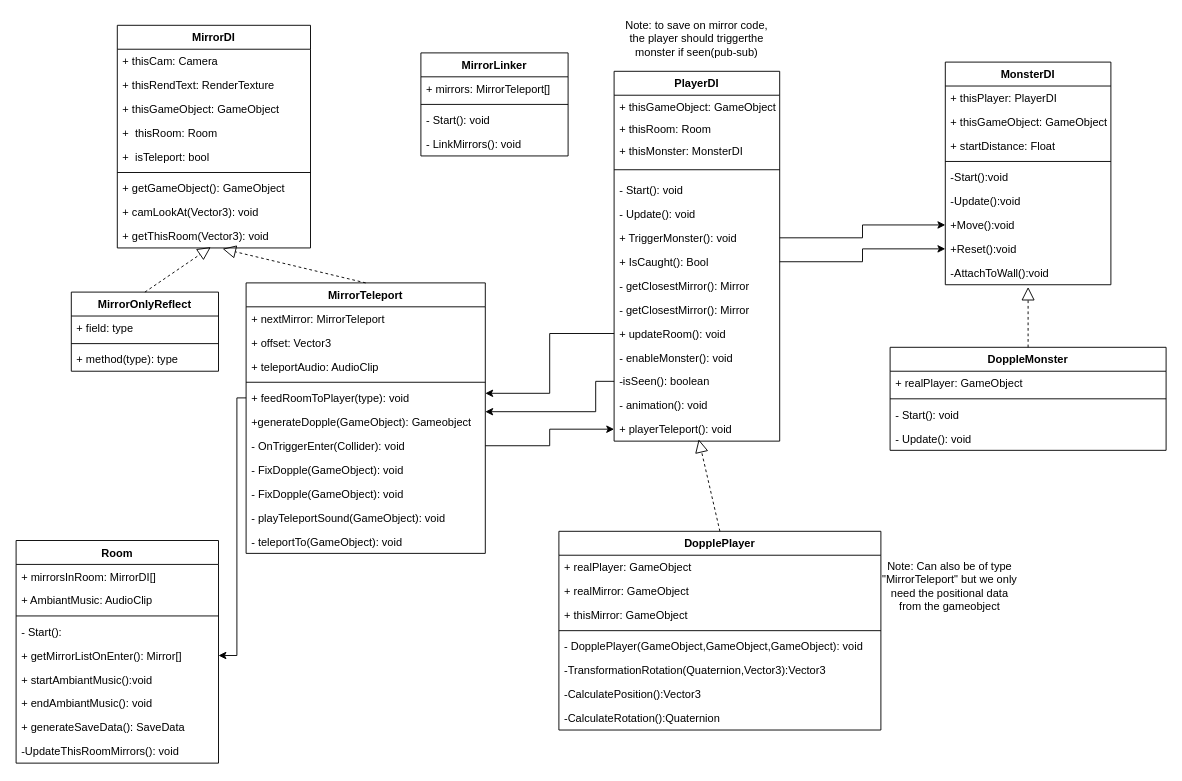
Above: mirrorClasses.drawio in birdboiboi/No_Longer_Human (draw.io), before the change. Source tidied: cells renumbered, new cells numbered last; positions are measured from the earlier drawing's top-left corner, leaving out a move shared by most shapes. Both pictures are drawn from the tidied source at 92%, with x=0, y=0 at pixel (16, 16).
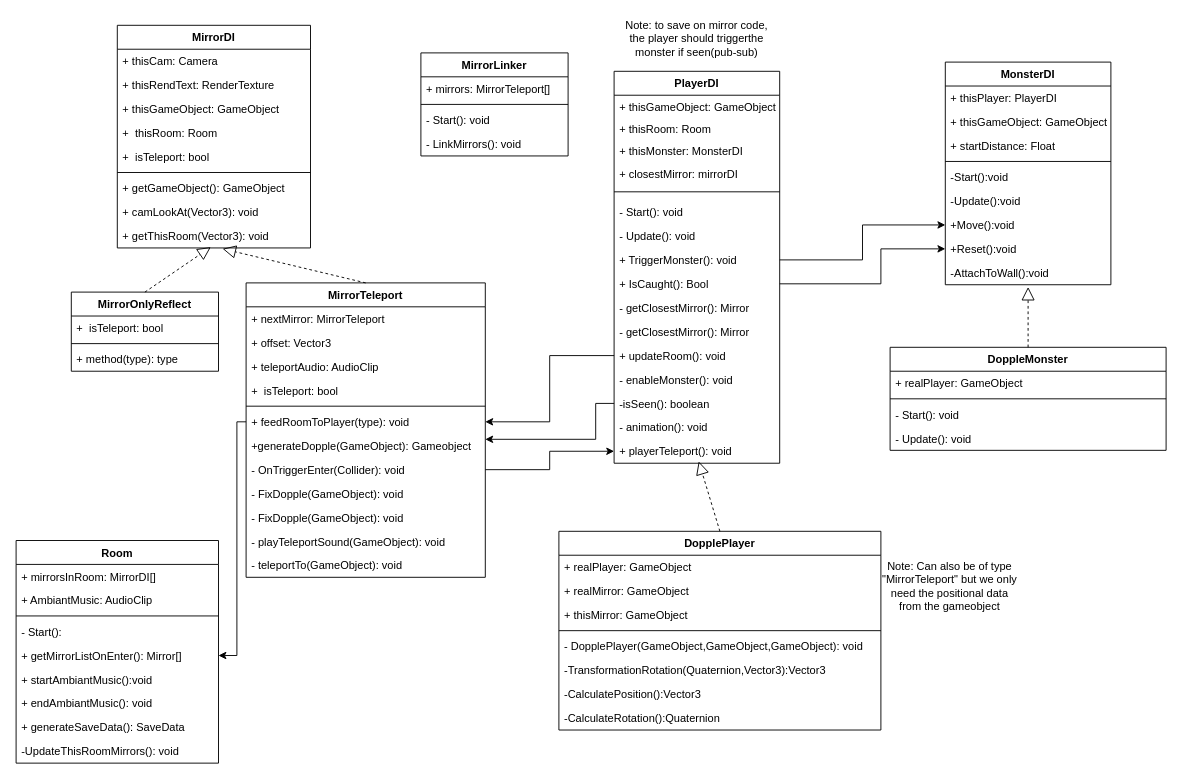
Above is the later version.

Commit message:
changedlines and isTeleport bool in mirrors,,also added closestMirror

The change refers to these unchanged cells:
```xml
<mxCell id="34" value="+ getMirrorListOnEnter(): Mirror[]" style="text;strokeColor=none;fillColor=none;align=left;verticalAlign=top;spacingLeft=4;spacingRight=4;overflow=hidden;points=[[0,0.5],[1,0.5]];portConstraint=eastwest;" parent="29" vertex="1">
  <mxGeometry y="112" width="220" height="26" as="geometry" />
</mxCell>
<mxCell id="64" value="+Reset():void" style="text;strokeColor=none;fillColor=none;align=left;verticalAlign=top;spacingLeft=4;spacingRight=4;overflow=hidden;points=[[0,0.5],[1,0.5]];portConstraint=eastwest;" parent="56" vertex="1">
  <mxGeometry y="190" width="180" height="26" as="geometry" />
</mxCell>
<mxCell id="66" value="MirrorOnlyReflect" style="swimlane;fontStyle=1;align=center;verticalAlign=top;horizontal=1;startSize=26;" parent="1" vertex="1">
  <mxGeometry x="60" y="300" width="160" height="86" as="geometry" />
</mxCell>
```

What changed in the source:
```diff
@@
     <mxCell id="12" value="PlayerDI" style="swimlane;fontStyle=1;align=center;verticalAlign=top;horizontal=1;startSize=26;" parent="1" vertex="1">
-      <mxGeometry x="650" y="60" width="180" height="402" as="geometry" />
+      <mxGeometry x="650" y="60" width="180" height="426" as="geometry" />
     </mxCell>
@@
+    <mxCell id="95" value="+ closestMirror: mirrorDI" style="text;strokeColor=none;fillColor=none;align=left;verticalAlign=top;spacingLeft=4;spacingRight=4;overflow=hidden;" parent="12" vertex="1">
+      <mxGeometry y="98" width="180" height="24" as="geometry" />
+    </mxCell>
     <mxCell id="16" style="line;strokeWidth=1;fillColor=none;align=left;verticalAlign=middle;spacingTop=-1;spacingLeft=3;spacingRight=3;labelPosition=right;" parent="12" vertex="1">
-      <mxGeometry y="98" width="180" height="18" as="geometry" />
+      <mxGeometry y="122" width="180" height="18" as="geometry" />
     </mxCell>
     <mxCell id="17" value="- Start(): void" style="text;strokeColor=none;fillColor=none;align=left;verticalAlign=top;spacingLeft=4;spacingRight=4;overflow=hidden;" parent="12" vertex="1">
-      <mxGeometry y="116" width="180" height="26" as="geometry" />
+      <mxGeometry y="140" width="180" height="26" as="geometry" />
     </mxCell>
     <mxCell id="18" value="- Update(): void" style="text;strokeColor=none;fillColor=none;align=left;verticalAlign=top;spacingLeft=4;spacingRight=4;overflow=hidden;" parent="12" vertex="1">
-      <mxGeometry y="142" width="180" height="26" as="geometry" />
+      <mxGeometry y="166" width="180" height="26" as="geometry" />
     </mxCell>
     <mxCell id="19" value="+ TriggerMonster(): void" style="text;strokeColor=none;fillColor=none;align=left;verticalAlign=top;spacingLeft=4;spacingRight=4;overflow=hidden;points=[[0,0.5],[1,0.5]];portConstraint=eastwest;" parent="12" vertex="1">
-      <mxGeometry y="168" width="180" height="26" as="geometry" />
+      <mxGeometry y="192" width="180" height="26" as="geometry" />
     </mxCell>
     <mxCell id="20" value="+ IsCaught(): Bool" style="text;strokeColor=none;fillColor=none;align=left;verticalAlign=top;spacingLeft=4;spacingRight=4;overflow=hidden;points=[[0,0.5],[1,0.5]];portConstraint=eastwest;" parent="12" vertex="1">
-      <mxGeometry y="194" width="180" height="26" as="geometry" />
+      <mxGeometry y="218" width="180" height="26" as="geometry" />
     </mxCell>
     <mxCell id="21" value="- getClosestMirror(): Mirror" style="text;strokeColor=none;fillColor=none;align=left;verticalAlign=top;spacingLeft=4;spacingRight=4;overflow=hidden;" parent="12" vertex="1">
-      <mxGeometry y="220" width="180" height="26" as="geometry" />
+      <mxGeometry y="244" width="180" height="26" as="geometry" />
     </mxCell>
     <mxCell id="22" value="- getClosestMirror(): Mirror" style="text;strokeColor=none;fillColor=none;align=left;verticalAlign=top;spacingLeft=4;spacingRight=4;overflow=hidden;" parent="12" vertex="1">
-      <mxGeometry y="246" width="180" height="26" as="geometry" />
+      <mxGeometry y="270" width="180" height="26" as="geometry" />
     </mxCell>
     <mxCell id="23" value="+ updateRoom(): void" style="text;strokeColor=none;fillColor=none;align=left;verticalAlign=top;spacingLeft=4;spacingRight=4;overflow=hidden;points=[[0,0.5],[1,0.5]];portConstraint=eastwest;" parent="12" vertex="1">
-      <mxGeometry y="272" width="180" height="26" as="geometry" />
+      <mxGeometry y="296" width="180" height="26" as="geometry" />
     </mxCell>
     <mxCell id="24" value="- enableMonster(): void" style="text;strokeColor=none;fillColor=none;align=left;verticalAlign=top;spacingLeft=4;spacingRight=4;overflow=hidden;" parent="12" vertex="1">
-      <mxGeometry y="298" width="180" height="26" as="geometry" />
+      <mxGeometry y="322" width="180" height="26" as="geometry" />
     </mxCell>
     <mxCell id="25" value="-isSeen(): boolean" style="text;strokeColor=none;fillColor=none;align=left;verticalAlign=top;spacingLeft=4;spacingRight=4;overflow=hidden;points=[[0,0.5],[1,0.5]];portConstraint=eastwest;" parent="12" vertex="1">
-      <mxGeometry y="324" width="180" height="26" as="geometry" />
+      <mxGeometry y="348" width="180" height="26" as="geometry" />
     </mxCell>
     <mxCell id="26" value="- animation(): void" style="text;strokeColor=none;fillColor=none;align=left;verticalAlign=top;spacingLeft=4;spacingRight=4;overflow=hidden;" parent="12" vertex="1">
-      <mxGeometry y="350" width="180" height="26" as="geometry" />
+      <mxGeometry y="374" width="180" height="26" as="geometry" />
     </mxCell>
     <mxCell id="27" value="+ playerTeleport(): void" style="text;strokeColor=none;fillColor=none;align=left;verticalAlign=top;spacingLeft=4;spacingRight=4;overflow=hidden;points=[[0,0.5],[1,0.5]];portConstraint=eastwest;" parent="12" vertex="1">
-      <mxGeometry y="376" width="180" height="26" as="geometry" />
+      <mxGeometry y="400" width="180" height="26" as="geometry" />
     </mxCell>
@@
     <mxCell id="39" value="MirrorTeleport" style="swimlane;fontStyle=1;align=center;verticalAlign=top;horizontal=1;startSize=26;" parent="1" vertex="1">
-      <mxGeometry x="250" y="290" width="260" height="294" as="geometry" />
+      <mxGeometry x="250" y="290" width="260" height="320" as="geometry" />
     </mxCell>
@@
+    <mxCell id="96" value="+  isTeleport: bool&#10;" style="text;strokeColor=none;fillColor=none;align=left;verticalAlign=top;spacingLeft=4;spacingRight=4;overflow=hidden;" parent="39" vertex="1">
+      <mxGeometry y="104" width="260" height="26" as="geometry" />
+    </mxCell>
     <mxCell id="43" style="line;strokeWidth=1;fillColor=none;align=left;verticalAlign=middle;spacingTop=-1;spacingLeft=3;spacingRight=3;labelPosition=right;" parent="39" vertex="1">
-      <mxGeometry y="104" width="260" height="8" as="geometry" />
+      <mxGeometry y="130" width="260" height="8" as="geometry" />
     </mxCell>
     <mxCell id="44" value="+ feedRoomToPlayer(type): void" style="text;strokeColor=none;fillColor=none;align=left;verticalAlign=top;spacingLeft=4;spacingRight=4;overflow=hidden;points=[[0,0.5],[1,0.5]];portConstraint=eastwest;" parent="39" vertex="1">
-      <mxGeometry y="112" width="260" height="26" as="geometry" />
+      <mxGeometry y="138" width="260" height="26" as="geometry" />
     </mxCell>
     <mxCell id="45" value="+generateDopple(GameObject): Gameobject" style="text;strokeColor=none;fillColor=none;align=left;verticalAlign=top;spacingLeft=4;spacingRight=4;overflow=hidden;" parent="39" vertex="1">
-      <mxGeometry y="138" width="260" height="26" as="geometry" />
+      <mxGeometry y="164" width="260" height="26" as="geometry" />
     </mxCell>
     <mxCell id="46" value="- OnTriggerEnter(Collider): void" style="text;strokeColor=none;fillColor=none;align=left;verticalAlign=top;spacingLeft=4;spacingRight=4;overflow=hidden;points=[[0,0.5],[1,0.5]];portConstraint=eastwest;" parent="39" vertex="1">
-      <mxGeometry y="164" width="260" height="26" as="geometry" />
+      <mxGeometry y="190" width="260" height="26" as="geometry" />
     </mxCell>
     <mxCell id="47" value="- FixDopple(GameObject): void" style="text;strokeColor=none;fillColor=none;align=left;verticalAlign=top;spacingLeft=4;spacingRight=4;overflow=hidden;" parent="39" vertex="1">
-      <mxGeometry y="190" width="260" height="26" as="geometry" />
+      <mxGeometry y="216" width="260" height="26" as="geometry" />
     </mxCell>
     <mxCell id="48" value="- FixDopple(GameObject): void" style="text;strokeColor=none;fillColor=none;align=left;verticalAlign=top;spacingLeft=4;spacingRight=4;overflow=hidden;" parent="39" vertex="1">
-      <mxGeometry y="216" width="260" height="26" as="geometry" />
+      <mxGeometry y="242" width="260" height="26" as="geometry" />
     </mxCell>
     <mxCell id="49" value="- playTeleportSound(GameObject): void" style="text;strokeColor=none;fillColor=none;align=left;verticalAlign=top;spacingLeft=4;spacingRight=4;overflow=hidden;" parent="39" vertex="1">
-      <mxGeometry y="242" width="260" height="26" as="geometry" />
+      <mxGeometry y="268" width="260" height="26" as="geometry" />
     </mxCell>
     <mxCell id="50" value="- teleportTo(GameObject): void" style="text;strokeColor=none;fillColor=none;align=left;verticalAlign=top;spacingLeft=4;spacingRight=4;overflow=hidden;" parent="39" vertex="1">
-      <mxGeometry y="268" width="260" height="26" as="geometry" />
+      <mxGeometry y="294" width="260" height="26" as="geometry" />
     </mxCell>
@@
-    <mxCell id="67" value="+ field: type" style="text;strokeColor=none;fillColor=none;align=left;verticalAlign=top;spacingLeft=4;spacingRight=4;overflow=hidden;" parent="66" vertex="1">
+    <mxCell id="67" value="+  isTeleport: bool&#10;" style="text;strokeColor=none;fillColor=none;align=left;verticalAlign=top;spacingLeft=4;spacingRight=4;overflow=hidden;" parent="66" vertex="1">
       <mxGeometry y="26" width="160" height="26" as="geometry" />
     </mxCell>
@@
     <mxCell id="84" style="edgeStyle=orthogonalEdgeStyle;rounded=0;jettySize=auto;html=1;exitX=1;exitY=0.5;exitDx=0;exitDy=0;entryX=0;entryY=0.5;entryDx=0;entryDy=0;" parent="1" edge="1" source="20" target="64">
-      <mxGeometry relative="1" as="geometry" />
+      <mxGeometry relative="1" as="geometry">
+        <Array as="points">
+          <mxPoint x="940" y="291" />
+          <mxPoint x="940" y="253" />
+        </Array>
+      </mxGeometry>
     </mxCell>
-    <mxCell id="85" style="edgeStyle=orthogonalEdgeStyle;rounded=0;jettySize=auto;html=1;exitX=0;exitY=0.5;exitDx=0;exitDy=0;" parent="1" edge="1" source="23">
+    <mxCell id="85" style="edgeStyle=orthogonalEdgeStyle;rounded=0;jettySize=auto;html=1;exitX=0;exitY=0.5;exitDx=0;exitDy=0;entryX=1;entryY=0.5;entryDx=0;entryDy=0;" parent="1" edge="1" source="23" target="44">
       <mxGeometry relative="1" as="geometry">
-        <mxPoint x="510" y="410" as="targetPoint" />
         <Array as="points">
-          <mxPoint x="580" y="345" />
-          <mxPoint x="580" y="410" />
+          <mxPoint x="580" y="369" />
+          <mxPoint x="580" y="441" />
         </Array>
       </mxGeometry>
     </mxCell>
     <mxCell id="86" style="edgeStyle=orthogonalEdgeStyle;rounded=0;jettySize=auto;html=1;exitX=0;exitY=0.5;exitDx=0;exitDy=0;entryX=1;entryY=0.5;entryDx=0;entryDy=0;" parent="1" edge="1" source="44" target="34">
       <mxGeometry relative="1" as="geometry">
         <Array as="points">
-          <mxPoint x="240" y="415" />
+          <mxPoint x="240" y="441" />
           <mxPoint x="240" y="695" />
         </Array>
       </mxGeometry>
     </mxCell>
@@
     <mxCell id="93" style="edgeStyle=orthogonalEdgeStyle;rounded=0;jettySize=auto;html=1;exitX=0;exitY=0.5;exitDx=0;exitDy=0;" parent="1" edge="1" source="25">
       <mxGeometry relative="1" as="geometry">
-        <mxPoint x="510" y="430" as="targetPoint" />
+        <mxPoint x="510" y="460" as="targetPoint" />
         <Array as="points">
-          <mxPoint x="630" y="397" />
-          <mxPoint x="630" y="430" />
+          <mxPoint x="630" y="421" />
+          <mxPoint x="630" y="460" />
         </Array>
       </mxGeometry>
     </mxCell>
```
